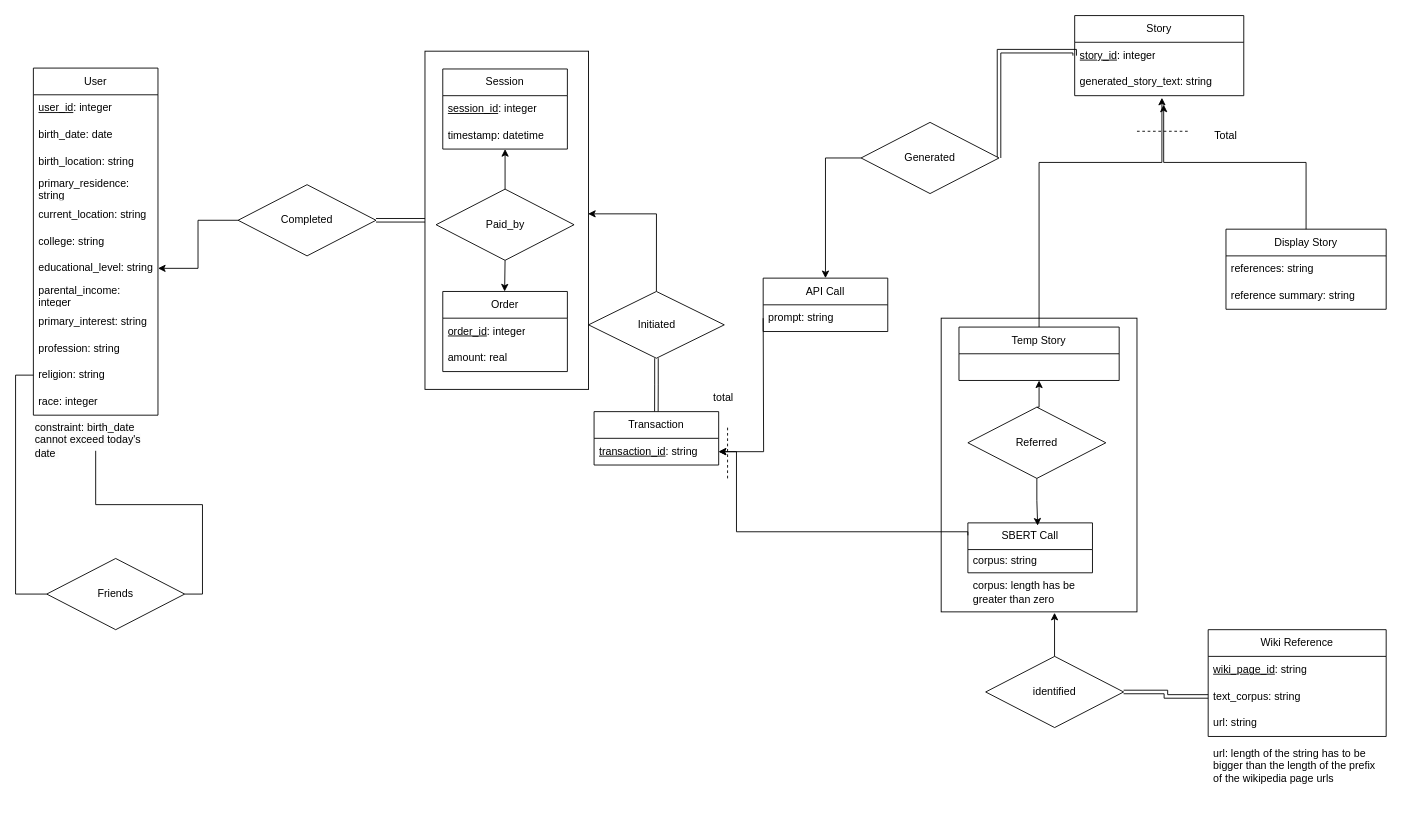
Earlier version of the draw.io diagram er_diagram.drawio (jiajiabinx/IChing). Source tidied: cells renumbered, new cells numbered last; positions are measured from the earlier drawing's top-left corner, leaving out a move shared by most shapes. Both pictures are drawn from the tidied source at 89%, with x=0, y=0 at pixel (33, 15).
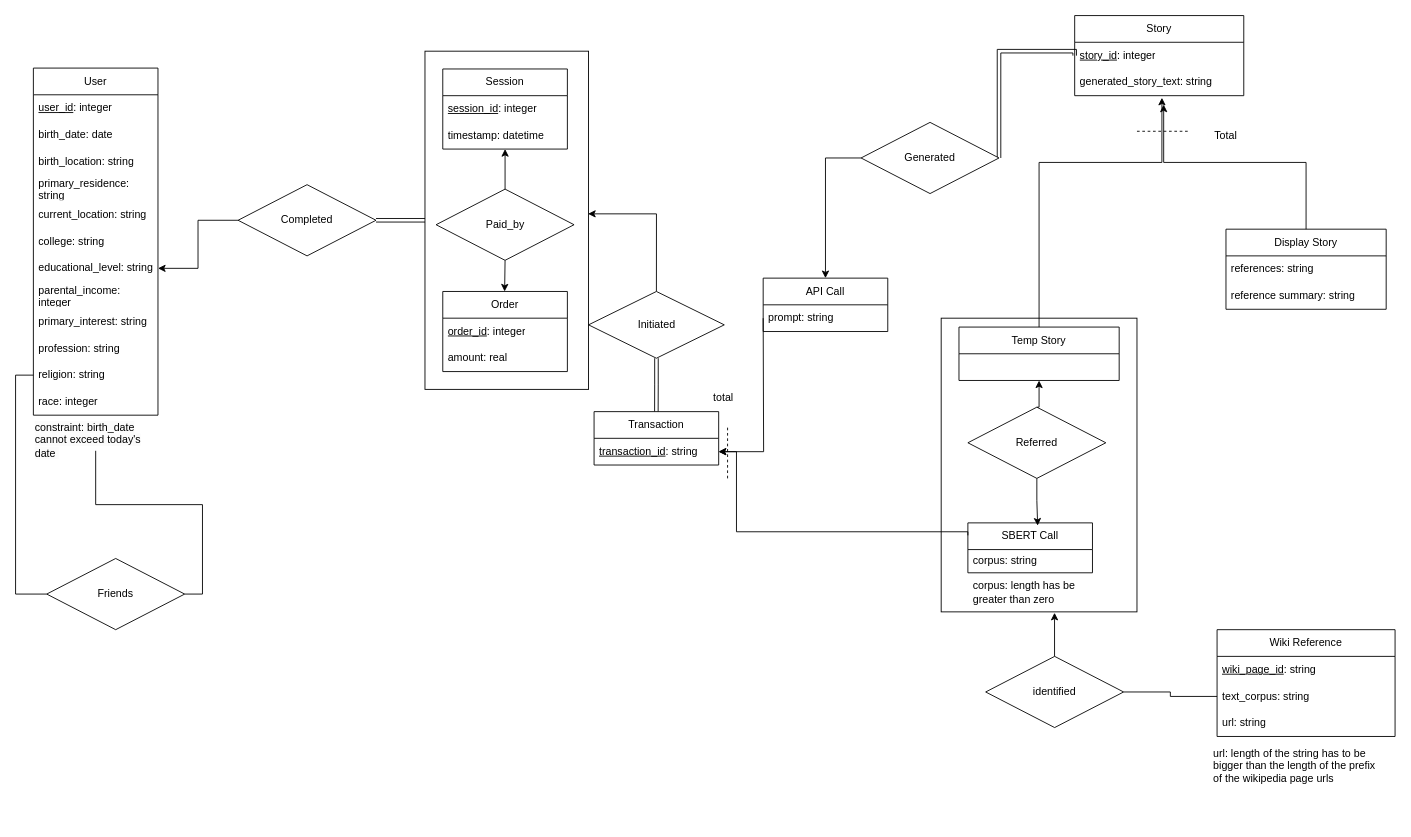
The same page after the edit.

The change refers to these unchanged cells:
```xml
<mxCell id="3" style="group;" parent="1" vertex="1">
  <mxGeometry width="1520" height="905" as="geometry" />
</mxCell>
<mxCell id="31" value="identified" style="rhombus;whiteSpace=wrap;html=1;" parent="3" vertex="1">
  <mxGeometry x="1070" y="720" width="155" height="80" as="geometry" />
</mxCell>
<mxCell id="36" style="group;" parent="3" vertex="1">
  <mxGeometry x="1320" y="690" width="200" height="215" as="geometry" />
</mxCell>
<mxCell id="39" value="text_corpus: string" style="text;strokeColor=none;fillColor=none;align=left;verticalAlign=middle;spacingLeft=4;spacingRight=4;overflow=hidden;points=[[0,0.5],[1,0.5]];portConstraint=eastwest;whiteSpace=wrap;html=1;" parent="37" vertex="1">
  <mxGeometry y="60" width="200" height="30" as="geometry" />
</mxCell>
```

Diff of the diagram source:
```diff
@@
-    <mxCell id="29" style="edgeStyle=orthogonalEdgeStyle;rounded=0;jettySize=auto;html=1;exitX=1;exitY=0.5;exitDx=0;exitDy=0;entryX=0;entryY=0.5;entryDx=0;entryDy=0;shape=link;" parent="3" edge="1" source="31" target="39">
+    <mxCell id="29" style="edgeStyle=orthogonalEdgeStyle;rounded=0;jettySize=auto;html=1;exitX=1;exitY=0.5;exitDx=0;exitDy=0;entryX=0;entryY=0.5;entryDx=0;entryDy=0;endArrow=none;endFill=0;" parent="3" edge="1" source="31" target="39">
       <mxGeometry relative="1" as="geometry" />
     </mxCell>
@@
     <mxCell id="37" value="Wiki Reference" style="swimlane;fontStyle=0;horizontal=1;startSize=30;whiteSpace=wrap;html=1;" parent="36" vertex="1">
-      <mxGeometry width="200" height="120" as="geometry" />
+      <mxGeometry x="10" width="200" height="120" as="geometry" />
     </mxCell>
```
